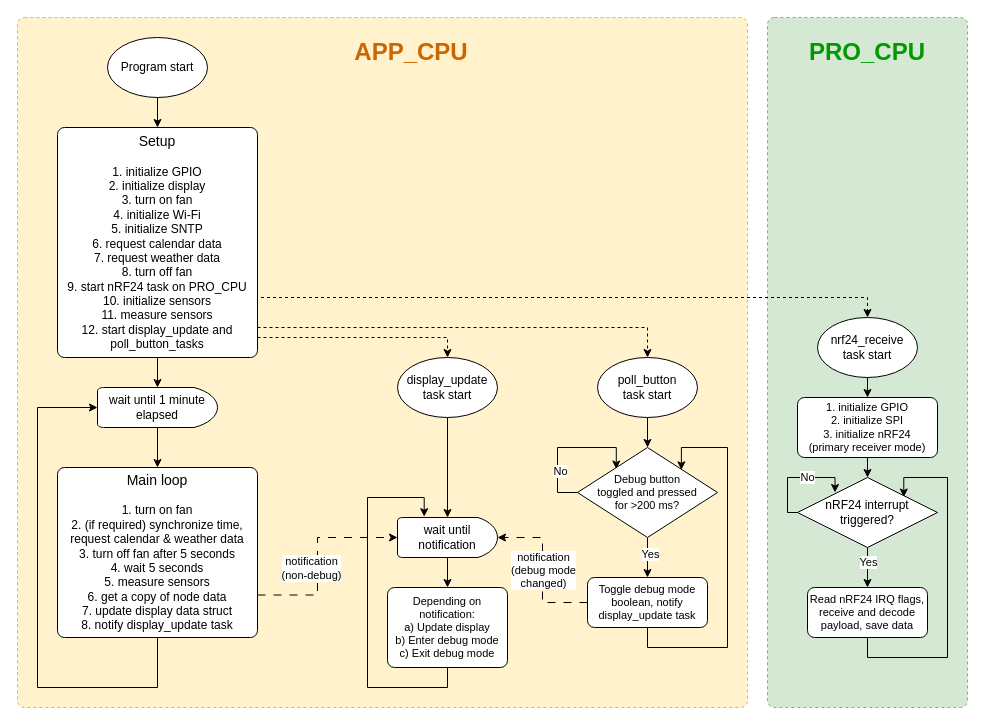
The draw.io diagram docs/images/HAMS_hub_FW_flowchart.drawio in JakubFranek/Home-Air-Monitoring-System, before the edit. Source tidied: cells renumbered, new cells numbered last; positions are measured from the earlier drawing's top-left corner, leaving out a move shared by most shapes. Both pictures are drawn from the tidied source at 100%, with x=0, y=0 at pixel (17, 17).
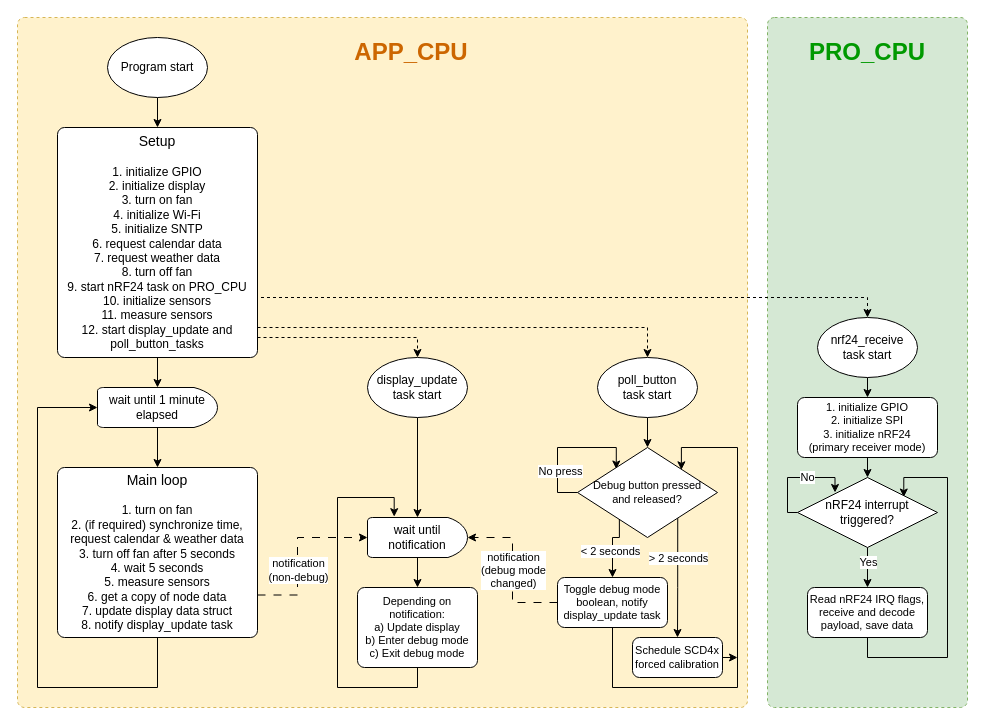
Above is the later version.

The change refers to these unchanged cells:
```xml
<mxCell id="22" value="&lt;div&gt;&lt;font style=&quot;font-size: 14px;&quot;&gt;Main loop&lt;/font&gt;&lt;br&gt;&lt;br&gt;1. turn on fan&lt;/div&gt;&lt;div&gt;2. (if required) synchronize time, request calendar &amp;amp; weather data&lt;br&gt;3. turn off fan after 5 seconds&lt;/div&gt;&lt;div&gt;4. wait 5 seconds&lt;/div&gt;&lt;div&gt;5. measure sensors&lt;/div&gt;&lt;div&gt;6. get a copy of node data&lt;/div&gt;&lt;div&gt;7. update display data struct&lt;/div&gt;&lt;div&gt;8. notify display_update task&lt;/div&gt;" style="rounded=1;whiteSpace=wrap;html=1;absoluteArcSize=1;arcSize=14;strokeWidth=1;" parent="1" vertex="1">
  <mxGeometry x="40" y="450" width="200" height="170" as="geometry" />
</mxCell>
<mxCell id="25" style="edgeStyle=orthogonalEdgeStyle;rounded=0;orthogonalLoop=1;jettySize=auto;html=1;exitX=0;exitY=0.5;exitDx=0;exitDy=0;exitPerimeter=0;entryX=0.277;entryY=0.239;entryDx=0;entryDy=0;entryPerimeter=0;" parent="1" edge="1" source="29" target="29">
  <mxGeometry relative="1" as="geometry">
    <Array as="points">
      <mxPoint x="540" y="475" />
      <mxPoint x="540" y="430" />
      <mxPoint x="599" y="430" />
    </Array>
  </mxGeometry>
</mxCell>
```

The edit, as a diff of the source:
```diff
@@
     <mxCell id="10" style="edgeStyle=orthogonalEdgeStyle;rounded=0;jettySize=auto;html=1;exitX=1;exitY=0.75;exitDx=0;exitDy=0;dashed=1;entryX=0.5;entryY=0;entryDx=0;entryDy=0;entryPerimeter=0;" parent="1" edge="1" target="12">
       <mxGeometry relative="1" as="geometry">
         <mxPoint x="240" y="320" as="sourcePoint" />
         <Array as="points">
-          <mxPoint x="430" y="320" />
+          <mxPoint x="400" y="320" />
         </Array>
       </mxGeometry>
     </mxCell>
@@
     <mxCell id="12" value="display_update task start" style="strokeWidth=1;html=1;shape=mxgraph.flowchart.start_1;whiteSpace=wrap;" parent="1" vertex="1">
-      <mxGeometry x="380" y="340" width="100" height="60" as="geometry" />
+      <mxGeometry x="350" y="340" width="100" height="60" as="geometry" />
     </mxCell>
@@
     <mxCell id="20" style="edgeStyle=orthogonalEdgeStyle;rounded=0;jettySize=auto;html=1;dashed=1;dashPattern=8 8;entryX=0;entryY=0.5;entryDx=0;entryDy=0;entryPerimeter=0;exitX=1;exitY=0.75;exitDx=0;exitDy=0;" parent="1" edge="1" source="22" target="24">
       <mxGeometry relative="1" as="geometry">
         <Array as="points">
-          <mxPoint x="300" y="578" />
-          <mxPoint x="300" y="520" />
+          <mxPoint x="280" y="578" />
+          <mxPoint x="280" y="520" />
         </Array>
       </mxGeometry>
     </mxCell>
     <mxCell id="21" value="notification&lt;br&gt;(non-debug)" style="edgeLabel;html=1;align=center;verticalAlign=middle;" parent="20" vertex="1">
       <mxGeometry x="0.17" y="-3" relative="1" as="geometry">
-        <mxPoint x="-10" y="29" as="offset" />
+        <mxPoint y="29" as="offset" />
       </mxGeometry>
     </mxCell>
@@
     <mxCell id="24" value="wait until notification" style="strokeWidth=1;html=1;shape=mxgraph.flowchart.delay;whiteSpace=wrap;" parent="1" vertex="1">
-      <mxGeometry x="380" y="500" width="100" height="40" as="geometry" />
+      <mxGeometry x="350" y="500" width="100" height="40" as="geometry" />
     </mxCell>
@@
-    <mxCell id="26" value="No" style="edgeLabel;html=1;align=center;verticalAlign=middle;" parent="25" vertex="1">
+    <mxCell id="26" value="No press" style="edgeLabel;html=1;align=center;verticalAlign=middle;" parent="25" vertex="1">
       <mxGeometry x="-0.18" y="-2" relative="1" as="geometry">
         <mxPoint y="18" as="offset" />
       </mxGeometry>
     </mxCell>
-    <mxCell id="27" style="edgeStyle=orthogonalEdgeStyle;rounded=0;jettySize=auto;html=1;entryX=0.5;entryY=0;entryDx=0;entryDy=0;" parent="1" edge="1" source="29" target="33">
-      <mxGeometry relative="1" as="geometry" />
+    <mxCell id="27" style="edgeStyle=orthogonalEdgeStyle;rounded=0;jettySize=auto;html=1;entryX=0.5;entryY=0;entryDx=0;entryDy=0;exitX=0.299;exitY=0.789;exitDx=0;exitDy=0;exitPerimeter=0;" parent="1" edge="1" source="29" target="33">
+      <mxGeometry relative="1" as="geometry">
+        <Array as="points">
+          <mxPoint x="602" y="520" />
+          <mxPoint x="595" y="520" />
+        </Array>
+      </mxGeometry>
     </mxCell>
-    <mxCell id="28" value="Yes" style="edgeLabel;html=1;align=center;verticalAlign=middle;" parent="27" vertex="1">
-      <mxGeometry x="-0.22" y="2" relative="1" as="geometry" />
+    <mxCell id="28" value="&amp;lt; 2 seconds" style="edgeLabel;html=1;align=center;verticalAlign=middle;" parent="27" vertex="1">
+      <mxGeometry x="-0.22" y="2" relative="1" as="geometry">
+        <mxPoint x="-5" y="13" as="offset" />
+      </mxGeometry>
     </mxCell>
+    <mxCell id="47" style="edgeStyle=orthogonalEdgeStyle;rounded=0;jettySize=auto;html=1;exitX=0.716;exitY=0.78;exitDx=0;exitDy=0;exitPerimeter=0;entryX=0.5;entryY=0;entryDx=0;entryDy=0;" parent="1" edge="1" source="29" target="50">
+      <mxGeometry relative="1" as="geometry" />
+    </mxCell>
+    <mxCell id="48" value="&amp;gt; 2 seconds" style="edgeLabel;html=1;align=center;verticalAlign=middle;" parent="47" vertex="1">
+      <mxGeometry x="-0.34" relative="1" as="geometry" />
+    </mxCell>
-    <mxCell id="29" value="Debug button&lt;br&gt;toggled and pressed&lt;br&gt;for &amp;gt;200 ms?" style="strokeWidth=1;html=1;shape=mxgraph.flowchart.decision;whiteSpace=wrap;fontSize=11;" parent="1" vertex="1">
+    <mxCell id="29" value="Debug button pressed&lt;br&gt;and released?" style="strokeWidth=1;html=1;shape=mxgraph.flowchart.decision;whiteSpace=wrap;fontSize=11;" parent="1" vertex="1">
       <mxGeometry x="560" y="430" width="140" height="90" as="geometry" />
     </mxCell>
@@
     <mxCell id="32" style="edgeStyle=orthogonalEdgeStyle;rounded=0;jettySize=auto;html=1;exitX=0.5;exitY=1;exitDx=0;exitDy=0;entryX=0.742;entryY=0.248;entryDx=0;entryDy=0;entryPerimeter=0;" parent="1" edge="1" source="33" target="29">
       <mxGeometry relative="1" as="geometry">
         <Array as="points">
-          <mxPoint x="630" y="630" />
-          <mxPoint x="710" y="630" />
-          <mxPoint x="710" y="430" />
+          <mxPoint x="595" y="670" />
+          <mxPoint x="720" y="670" />
+          <mxPoint x="720" y="430" />
           <mxPoint x="664" y="430" />
         </Array>
       </mxGeometry>
     </mxCell>
     <mxCell id="33" value="Toggle debug mode boolean, notify display_update task" style="rounded=1;whiteSpace=wrap;html=1;absoluteArcSize=1;arcSize=14;strokeWidth=1;fontSize=11;" parent="1" vertex="1">
-      <mxGeometry x="570" y="560" width="120" height="50" as="geometry" />
+      <mxGeometry x="540" y="560" width="110" height="50" as="geometry" />
     </mxCell>
     <mxCell id="34" style="edgeStyle=orthogonalEdgeStyle;rounded=0;jettySize=auto;html=1;exitX=0.5;exitY=1;exitDx=0;exitDy=0;entryX=0.267;entryY=-0.021;entryDx=0;entryDy=0;entryPerimeter=0;" parent="1" edge="1" source="35" target="24">
       <mxGeometry relative="1" as="geometry">
         <Array as="points">
-          <mxPoint x="430" y="670" />
-          <mxPoint x="350" y="670" />
-          <mxPoint x="350" y="480" />
-          <mxPoint x="407" y="480" />
+          <mxPoint x="400" y="670" />
+          <mxPoint x="320" y="670" />
+          <mxPoint x="320" y="480" />
+          <mxPoint x="377" y="480" />
         </Array>
       </mxGeometry>
     </mxCell>
     <mxCell id="35" value="Depending on notification:&lt;br&gt;a) Update display&lt;br&gt;b) Enter debug mode&lt;br&gt;c) Exit debug mode" style="rounded=1;whiteSpace=wrap;html=1;absoluteArcSize=1;arcSize=14;strokeWidth=1;fontSize=11;" parent="1" vertex="1">
-      <mxGeometry x="370" y="570" width="120" height="80" as="geometry" />
+      <mxGeometry x="340" y="570" width="120" height="80" as="geometry" />
     </mxCell>
@@
+    <mxCell id="49" style="edgeStyle=orthogonalEdgeStyle;rounded=0;jettySize=auto;html=1;" parent="1" edge="1" source="50">
+      <mxGeometry relative="1" as="geometry">
+        <mxPoint x="720" y="640" as="targetPoint" />
+        <Array as="points">
+          <mxPoint x="720" y="640" />
+        </Array>
+      </mxGeometry>
+    </mxCell>
+    <mxCell id="50" value="Schedule SCD4x&lt;br&gt;forced calibration" style="rounded=1;whiteSpace=wrap;html=1;absoluteArcSize=1;arcSize=14;strokeWidth=1;fontSize=11;" parent="1" vertex="1">
+      <mxGeometry x="615" y="620" width="90" height="40" as="geometry" />
+    </mxCell>
```
